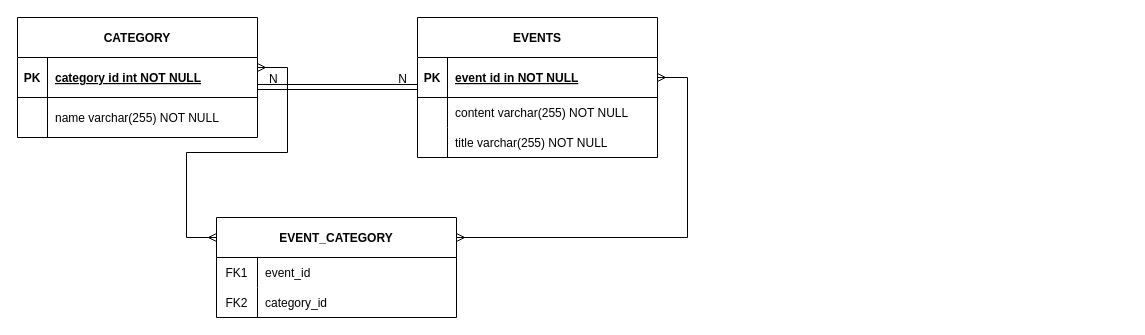
Earlier version of the draw.io diagram src/Entity/Untitled Diagram.drawio (Kazimor-5/one-for-all-symfo-react). Source tidied: cells renumbered, new cells numbered last; positions are measured from the earlier drawing's top-left corner, leaving out a move shared by most shapes. Both pictures are drawn from the tidied source at 100%, with x=0, y=0 at pixel (17, 17).
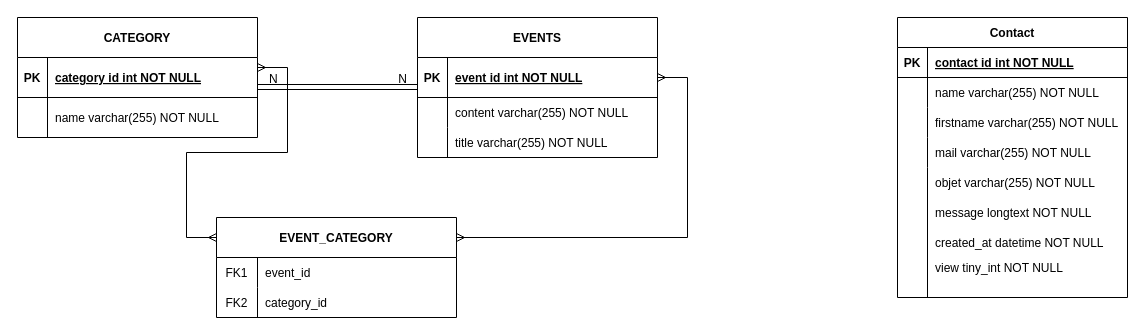
The same page after the edit.

Commit message (it also covers changes not shown here):
Modele MCD

The change refers to these unchanged cells:
```xml
<mxCell id="10" style="shape=partialRectangle;fillColor=none;points=[[0,0.5],[1,0.5]];portConstraint=eastwest;top=0;left=0;right=0;bottom=1;" parent="9" vertex="1">
  <mxGeometry y="40" width="240" height="40" as="geometry" />
</mxCell>
```

Diff of the diagram source:
```diff
@@
-    <mxCell id="12" value="event id in NOT NULL" style="shape=partialRectangle;overflow=hidden;fillColor=none;top=0;left=0;bottom=0;right=0;align=left;spacingLeft=6;fontStyle=5;" parent="10" vertex="1">
+    <mxCell id="12" value="event id int NOT NULL" style="shape=partialRectangle;overflow=hidden;fillColor=none;top=0;left=0;bottom=0;right=0;align=left;spacingLeft=6;fontStyle=5;" parent="10" vertex="1">
       <mxGeometry x="30" width="210" height="40" as="geometry" />
     </mxCell>
@@
+    <mxCell id="31" value="Contact" style="shape=table;startSize=30;childLayout=tableLayout;rowLines=0;fontStyle=1;align=center;" parent="1" vertex="1">
+      <mxGeometry x="880" width="230" height="280" as="geometry" />
+    </mxCell>
+    <mxCell id="32" style="shape=tableRow;horizontal=0;startSize=0;swimlaneHead=0;swimlaneBody=0;fillColor=none;top=0;left=0;right=0;bottom=1;" parent="31" vertex="1">
+      <mxGeometry y="30" width="230" height="30" as="geometry" />
+    </mxCell>
+    <mxCell id="33" value="PK" style="shape=partialRectangle;fillColor=none;top=0;left=0;bottom=0;right=0;fontStyle=1;overflow=hidden;" parent="32" vertex="1">
+      <mxGeometry width="30" height="30" as="geometry" />
+    </mxCell>
+    <mxCell id="34" value="contact id int NOT NULL" style="shape=partialRectangle;fillColor=none;top=0;left=0;bottom=0;right=0;align=left;spacingLeft=6;fontStyle=5;overflow=hidden;" parent="32" vertex="1">
+      <mxGeometry x="30" width="200" height="30" as="geometry" />
+    </mxCell>
+    <mxCell id="35" style="shape=tableRow;horizontal=0;startSize=0;swimlaneHead=0;swimlaneBody=0;fillColor=none;top=0;left=0;right=0;bottom=0;" parent="31" vertex="1">
+      <mxGeometry y="60" width="230" height="30" as="geometry" />
+    </mxCell>
+    <mxCell id="36" style="shape=partialRectangle;fillColor=none;top=0;left=0;bottom=0;right=0;overflow=hidden;" parent="35" vertex="1">
+      <mxGeometry width="30" height="30" as="geometry" />
+    </mxCell>
+    <mxCell id="37" value="name varchar(255) NOT NULL" style="shape=partialRectangle;fillColor=none;top=0;left=0;bottom=0;right=0;align=left;spacingLeft=6;overflow=hidden;" parent="35" vertex="1">
+      <mxGeometry x="30" width="200" height="30" as="geometry" />
+    </mxCell>
+    <mxCell id="38" style="shape=tableRow;horizontal=0;startSize=0;swimlaneHead=0;swimlaneBody=0;fillColor=none;top=0;left=0;right=0;bottom=0;" parent="31" vertex="1">
+      <mxGeometry y="90" width="230" height="30" as="geometry" />
+    </mxCell>
+    <mxCell id="39" style="shape=partialRectangle;fillColor=none;top=0;left=0;bottom=0;right=0;overflow=hidden;" parent="38" vertex="1">
+      <mxGeometry width="30" height="30" as="geometry" />
+    </mxCell>
+    <mxCell id="40" value="firstname varchar(255) NOT NULL" style="shape=partialRectangle;fillColor=none;top=0;left=0;bottom=0;right=0;align=left;spacingLeft=6;overflow=hidden;" parent="38" vertex="1">
+      <mxGeometry x="30" width="200" height="30" as="geometry" />
+    </mxCell>
+    <mxCell id="41" style="shape=tableRow;horizontal=0;startSize=0;swimlaneHead=0;swimlaneBody=0;fillColor=none;top=0;left=0;right=0;bottom=0;" parent="31" vertex="1">
+      <mxGeometry y="120" width="230" height="30" as="geometry" />
+    </mxCell>
+    <mxCell id="42" style="shape=partialRectangle;fillColor=none;top=0;left=0;bottom=0;right=0;overflow=hidden;" parent="41" vertex="1">
+      <mxGeometry width="30" height="30" as="geometry" />
+    </mxCell>
+    <mxCell id="43" value="mail varchar(255) NOT NULL" style="shape=partialRectangle;fillColor=none;top=0;left=0;bottom=0;right=0;align=left;spacingLeft=6;overflow=hidden;" parent="41" vertex="1">
+      <mxGeometry x="30" width="200" height="30" as="geometry" />
+    </mxCell>
+    <mxCell id="44" value="objet varchar(255) NOT NULL" style="shape=partialRectangle;fillColor=none;top=0;left=0;bottom=0;right=0;align=left;spacingLeft=6;overflow=hidden;" parent="1" vertex="1">
+      <mxGeometry x="910" y="150" width="200" height="30" as="geometry" />
+    </mxCell>
+    <mxCell id="45" value="message longtext NOT NULL" style="shape=partialRectangle;fillColor=none;top=0;left=0;bottom=0;right=0;align=left;spacingLeft=6;overflow=hidden;" parent="1" vertex="1">
+      <mxGeometry x="910" y="180" width="200" height="30" as="geometry" />
+    </mxCell>
+    <mxCell id="46" value="created_at datetime NOT NULL" style="shape=partialRectangle;fillColor=none;top=0;left=0;bottom=0;right=0;align=left;spacingLeft=6;overflow=hidden;" parent="1" vertex="1">
+      <mxGeometry x="910" y="210" width="200" height="30" as="geometry" />
+    </mxCell>
+    <mxCell id="47" value="view tiny_int NOT NULL" style="shape=partialRectangle;fillColor=none;top=0;left=0;bottom=0;right=0;align=left;spacingLeft=6;overflow=hidden;" parent="1" vertex="1">
+      <mxGeometry x="910" y="235" width="200" height="30" as="geometry" />
+    </mxCell>
+    <mxCell id="48" style="endArrow=none;html=1;rounded=0;" parent="1" edge="1">
+      <mxGeometry relative="1" as="geometry">
+        <mxPoint x="910" y="280" as="sourcePoint" />
+        <mxPoint x="910" y="150" as="targetPoint" />
+      </mxGeometry>
+    </mxCell>
```
